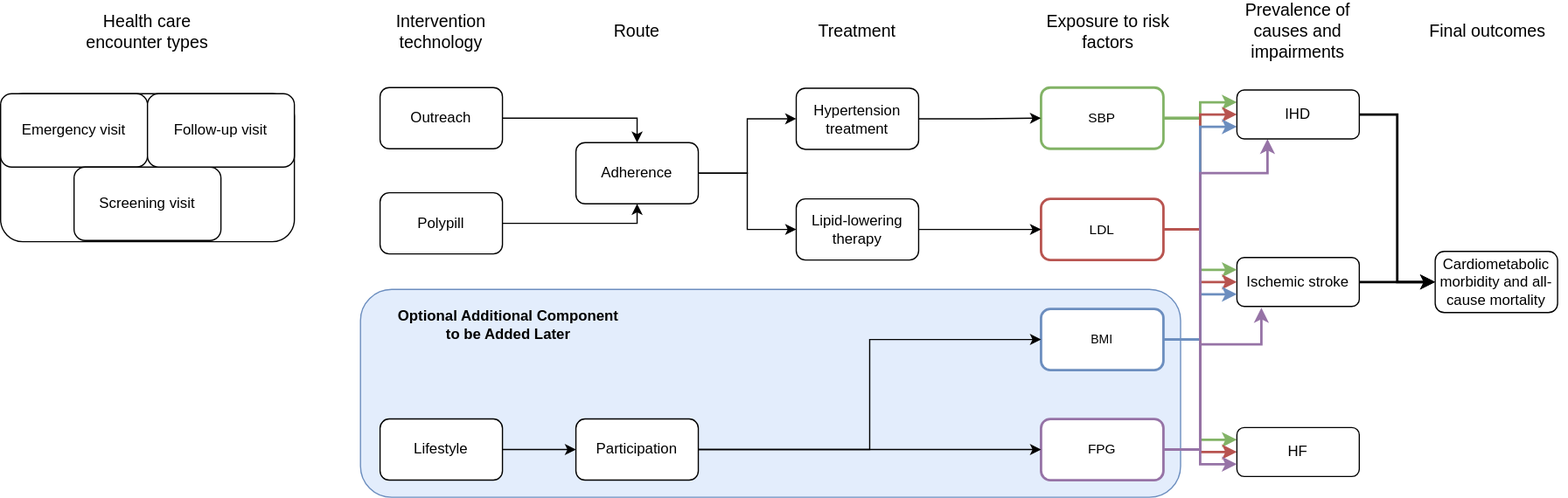
ihmeuw/vivarium_research keeps this draw.io diagram as docs/source/concept_models/vivarium_us_cvd/concept_model_v3.svg. Above is the earlier version. Source tidied: cells renumbered, new cells last; positions are measured from the earlier drawing's top-left corner, leaving out a move shared by most shapes.
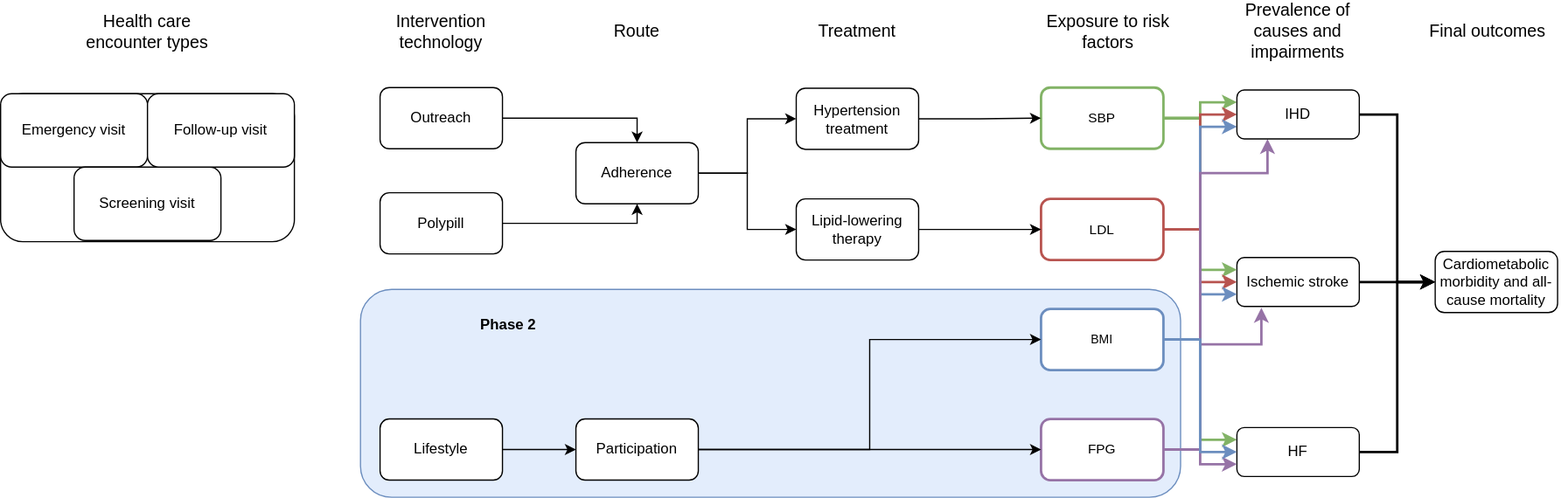
The same diagram one commit later.

Change to the diagram source:
```diff
@@ -35,9 +35,6 @@
     <mxCell id="12" style="edgeStyle=orthogonalEdgeStyle;rounded=0;jettySize=auto;html=1;exitX=1;exitY=0.5;exitDx=0;exitDy=0;entryX=0;entryY=0.5;entryDx=0;entryDy=0;strokeWidth=2;fillColor=#f8cecc;strokeColor=#b85450;" parent="1" edge="1" source="14" target="3">
       <mxGeometry relative="1" as="geometry" />
     </mxCell>
-    <mxCell id="13" style="edgeStyle=orthogonalEdgeStyle;rounded=0;jettySize=auto;html=1;exitX=1;exitY=0.5;exitDx=0;exitDy=0;entryX=0;entryY=0.5;entryDx=0;entryDy=0;strokeWidth=2;fillColor=#f8cecc;strokeColor=#b85450;" parent="1" edge="1" source="14" target="25">
-      <mxGeometry relative="1" as="geometry" />
-    </mxCell>
     <mxCell id="14" value="&lt;font style=&quot;font-size: 11px&quot;&gt;LDL&lt;/font&gt;" style="rounded=1;whiteSpace=wrap;html=1;strokeColor=#b85450;fillColor=none;strokeWidth=2;" parent="1" vertex="1">
       <mxGeometry x="850" y="147" width="100" height="50" as="geometry" />
     </mxCell>
@@ -166,8 +163,14 @@
     <mxCell id="50" style="rounded=0;jettySize=auto;html=1;exitX=1;exitY=0.5;exitDx=0;exitDy=0;entryX=0;entryY=0.75;entryDx=0;entryDy=0;strokeWidth=2;fillColor=#e1d5e7;strokeColor=#9673a6;edgeStyle=orthogonalEdgeStyle;" parent="1" edge="1" source="20" target="25">
       <mxGeometry relative="1" as="geometry" />
     </mxCell>
-    <mxCell id="51" value="Optional Additional Component to be Added Later" style="text;html=1;strokeColor=none;fillColor=none;align=center;verticalAlign=middle;whiteSpace=wrap;rounded=0;fontStyle=1;" parent="1" vertex="1">
+    <mxCell id="51" value="Phase 2" style="text;html=1;strokeColor=none;fillColor=none;align=center;verticalAlign=middle;whiteSpace=wrap;rounded=0;fontStyle=1;" parent="1" vertex="1">
       <mxGeometry x="320" y="235" width="190" height="30" as="geometry" />
     </mxCell>
+    <mxCell id="52" style="edgeStyle=orthogonalEdgeStyle;rounded=0;jettySize=auto;html=1;exitX=1;exitY=0.5;exitDx=0;exitDy=0;entryX=0;entryY=0.5;entryDx=0;entryDy=0;strokeWidth=2;" parent="1" edge="1" source="25" target="24">
+      <mxGeometry relative="1" as="geometry" />
+    </mxCell>
+    <mxCell id="53" style="edgeStyle=orthogonalEdgeStyle;rounded=0;jettySize=auto;html=1;exitX=1;exitY=0.5;exitDx=0;exitDy=0;entryX=0;entryY=0.5;entryDx=0;entryDy=0;strokeWidth=2;fillColor=#dae8fc;strokeColor=#6c8ebf;" parent="1" edge="1" source="17" target="25">
+      <mxGeometry relative="1" as="geometry" />
+    </mxCell>
   </root>
 </mxGraphModel>
```
